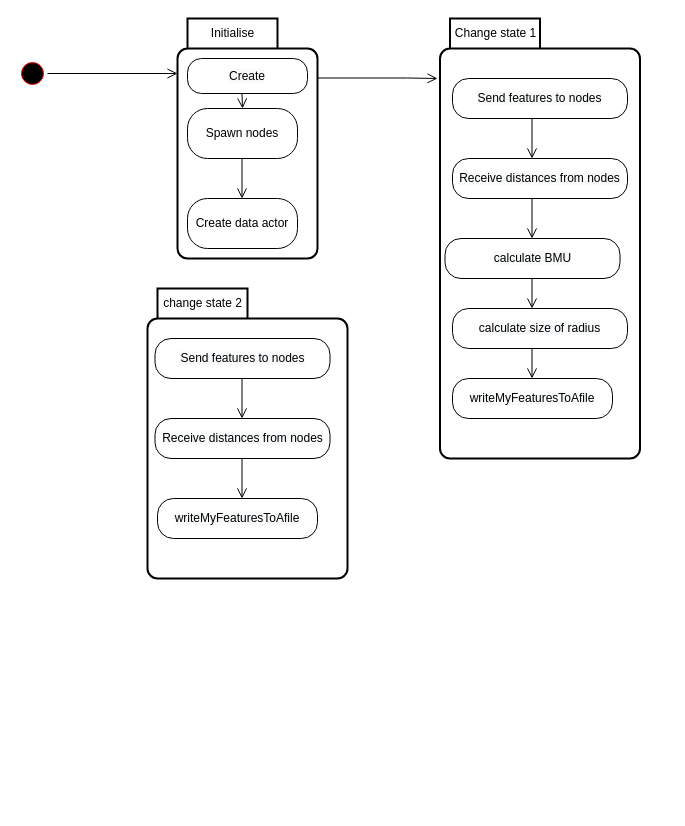
Earlier version of the draw.io diagram nodeMaestro.drawio (vanelopethecoder/som-basic). Source tidied: cells renumbered, new cells numbered last; positions are measured from the earlier drawing's top-left corner, leaving out a move shared by most shapes. Both pictures are drawn from the tidied source at 100%, with x=0, y=0 at pixel (17, 18).
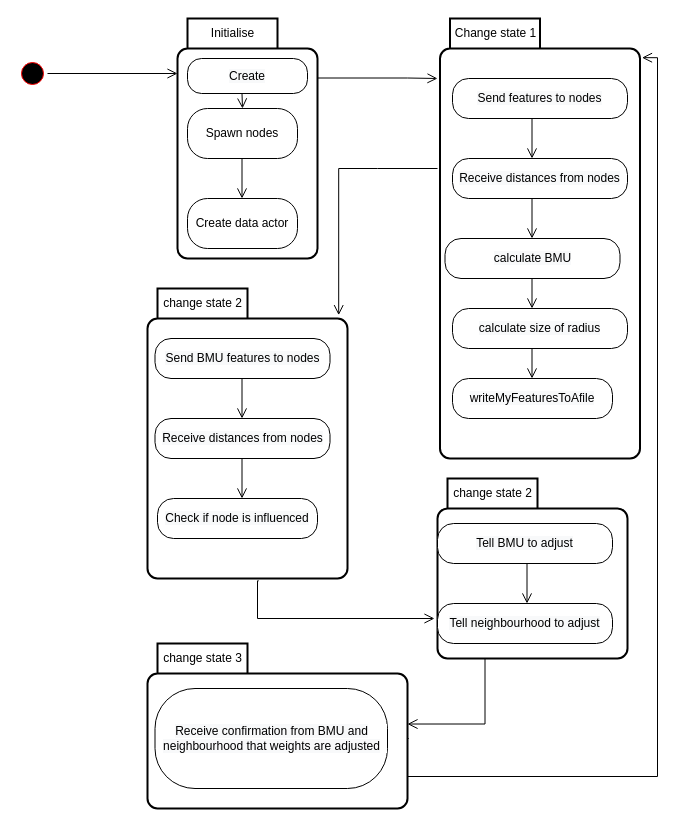
After the change.

Unchanged cells that the change refers to:
```xml
<mxCell id="5" value="Change state 1" style="shape=folder;align=center;verticalAlign=middle;fontStyle=0;tabWidth=100;tabHeight=30;tabPosition=left;html=1;boundedLbl=1;labelInHeader=1;rounded=1;absoluteArcSize=1;arcSize=10;strokeWidth=2;" parent="1" vertex="1">
  <mxGeometry x="422.5" width="200" height="440" as="geometry" />
</mxCell>
<mxCell id="17" value="change state 2" style="shape=folder;align=center;verticalAlign=middle;fontStyle=0;tabWidth=100;tabHeight=30;tabPosition=left;html=1;boundedLbl=1;labelInHeader=1;rounded=1;absoluteArcSize=1;arcSize=10;strokeWidth=2;" parent="1" vertex="1">
  <mxGeometry x="130" y="270" width="200" height="290" as="geometry" />
</mxCell>
```

Diff of the diagram source:
```diff
@@
-    <mxCell id="18" value="&lt;span style=&quot;background-color: rgb(248 , 249 , 250)&quot;&gt;Send features to nodes&lt;/span&gt;" style="rounded=1;whiteSpace=wrap;html=1;arcSize=40;fontColor=#000000;fillColor=#FFFFFF;strokeColor=#000000;labelBackgroundColor=default;" parent="1" vertex="1">
+    <mxCell id="18" value="&lt;span style=&quot;background-color: rgb(248 , 249 , 250)&quot;&gt;Send BMU features to nodes&lt;/span&gt;" style="rounded=1;whiteSpace=wrap;html=1;arcSize=40;fontColor=#000000;fillColor=#FFFFFF;strokeColor=#000000;labelBackgroundColor=default;" parent="1" vertex="1">
       <mxGeometry x="137.5" y="320" width="175" height="40" as="geometry" />
     </mxCell>
@@
-    <mxCell id="20" value="&lt;span style=&quot;background-color: rgb(248 , 249 , 250)&quot;&gt;writeMyFeaturesToAfile&lt;/span&gt;" style="rounded=1;whiteSpace=wrap;html=1;arcSize=40;fontColor=#000000;fillColor=#FFFFFF;strokeColor=#000000;labelBackgroundColor=default;" parent="1" vertex="1">
+    <mxCell id="20" value="&lt;span style=&quot;background-color: rgb(248 , 249 , 250)&quot;&gt;Check if node is influenced&lt;/span&gt;" style="rounded=1;whiteSpace=wrap;html=1;arcSize=40;fontColor=#000000;fillColor=#FFFFFF;strokeColor=#000000;labelBackgroundColor=default;" parent="1" vertex="1">
       <mxGeometry x="140" y="480" width="160" height="40" as="geometry" />
     </mxCell>
@@
+    <mxCell id="27" value="change state 2" style="shape=folder;align=center;verticalAlign=middle;fontStyle=0;tabWidth=100;tabHeight=30;tabPosition=left;html=1;boundedLbl=1;labelInHeader=1;rounded=1;absoluteArcSize=1;arcSize=10;strokeWidth=2;" parent="1" vertex="1">
+      <mxGeometry x="420" y="460" width="190" height="180" as="geometry" />
+    </mxCell>
+    <mxCell id="28" value="&lt;span style=&quot;background-color: rgb(248 , 249 , 250)&quot;&gt;Tell BMU to adjust&lt;/span&gt;" style="rounded=1;whiteSpace=wrap;html=1;arcSize=40;fontColor=#000000;fillColor=#FFFFFF;strokeColor=#000000;labelBackgroundColor=default;" parent="1" vertex="1">
+      <mxGeometry x="420" y="505" width="175" height="40" as="geometry" />
+    </mxCell>
+    <mxCell id="29" style="edgeStyle=orthogonalEdgeStyle;html=1;verticalAlign=bottom;endArrow=open;endSize=8;strokeColor=#000000;rounded=0;" parent="1" edge="1">
+      <mxGeometry relative="1" as="geometry">
+        <mxPoint x="509.5" y="545" as="sourcePoint" />
+        <mxPoint x="509.5" y="585" as="targetPoint" />
+        <Array as="points">
+          <mxPoint x="509.5" y="585" />
+        </Array>
+      </mxGeometry>
+    </mxCell>
+    <mxCell id="30" value="&lt;span style=&quot;background-color: rgb(248 , 249 , 250)&quot;&gt;Tell neighbourhood to adjust&lt;/span&gt;" style="rounded=1;whiteSpace=wrap;html=1;arcSize=40;fontColor=#000000;fillColor=#FFFFFF;strokeColor=#000000;labelBackgroundColor=default;" parent="1" vertex="1">
+      <mxGeometry x="420" y="585" width="175" height="40" as="geometry" />
+    </mxCell>
+    <mxCell id="31" style="edgeStyle=orthogonalEdgeStyle;html=1;verticalAlign=bottom;endArrow=open;endSize=8;strokeColor=#000000;rounded=0;entryX=0.956;entryY=0.092;entryDx=0;entryDy=0;entryPerimeter=0;" parent="1" edge="1" target="17">
+      <mxGeometry relative="1" as="geometry">
+        <mxPoint x="420" y="150" as="sourcePoint" />
+        <Array as="points">
+          <mxPoint x="360" y="150" />
+          <mxPoint x="321" y="150" />
+        </Array>
+      </mxGeometry>
+    </mxCell>
+    <mxCell id="32" style="edgeStyle=orthogonalEdgeStyle;html=1;verticalAlign=bottom;endArrow=open;endSize=8;strokeColor=#000000;rounded=0;exitX=0.556;exitY=1.008;exitDx=0;exitDy=0;exitPerimeter=0;" parent="1" edge="1" source="17">
+      <mxGeometry relative="1" as="geometry">
+        <mxPoint x="417" y="600" as="targetPoint" />
+        <Array as="points">
+          <mxPoint x="240" y="562" />
+          <mxPoint x="240" y="600" />
+        </Array>
+      </mxGeometry>
+    </mxCell>
+    <mxCell id="33" value="change state 3" style="shape=folder;align=center;verticalAlign=middle;fontStyle=0;tabWidth=100;tabHeight=30;tabPosition=left;html=1;boundedLbl=1;labelInHeader=1;rounded=1;absoluteArcSize=1;arcSize=10;strokeWidth=2;" parent="1" vertex="1">
+      <mxGeometry x="130" y="625" width="260" height="165" as="geometry" />
+    </mxCell>
+    <mxCell id="34" value="&lt;span style=&quot;background-color: rgb(248 , 249 , 250)&quot;&gt;Receive confirmation from BMU and neighbourhood that weights are adjusted&lt;/span&gt;" style="rounded=1;whiteSpace=wrap;html=1;arcSize=40;fontColor=#000000;fillColor=#FFFFFF;strokeColor=#000000;labelBackgroundColor=default;" parent="1" vertex="1">
+      <mxGeometry x="137.5" y="670" width="232.5" height="100" as="geometry" />
+    </mxCell>
+    <mxCell id="35" style="edgeStyle=orthogonalEdgeStyle;html=1;verticalAlign=bottom;endArrow=open;endSize=8;strokeColor=#000000;rounded=0;entryX=1;entryY=0.488;entryDx=0;entryDy=0;entryPerimeter=0;exitX=0.25;exitY=1;exitDx=0;exitDy=0;exitPerimeter=0;" parent="1" edge="1" source="27" target="33">
+      <mxGeometry relative="1" as="geometry">
+        <Array as="points">
+          <mxPoint x="468" y="706" />
+        </Array>
+      </mxGeometry>
+    </mxCell>
+    <mxCell id="36" style="edgeStyle=orthogonalEdgeStyle;html=1;verticalAlign=bottom;endArrow=open;endSize=8;strokeColor=#000000;rounded=0;exitX=0.556;exitY=1.008;exitDx=0;exitDy=0;exitPerimeter=0;entryX=1.01;entryY=0.089;entryDx=0;entryDy=0;entryPerimeter=0;" parent="1" edge="1" target="5">
+      <mxGeometry relative="1" as="geometry">
+        <mxPoint x="391.2" y="720" as="sourcePoint" />
+        <Array as="points">
+          <mxPoint x="390" y="720" />
+          <mxPoint x="390" y="758" />
+          <mxPoint x="640" y="758" />
+          <mxPoint x="640" y="39" />
+        </Array>
+      </mxGeometry>
+    </mxCell>
```
